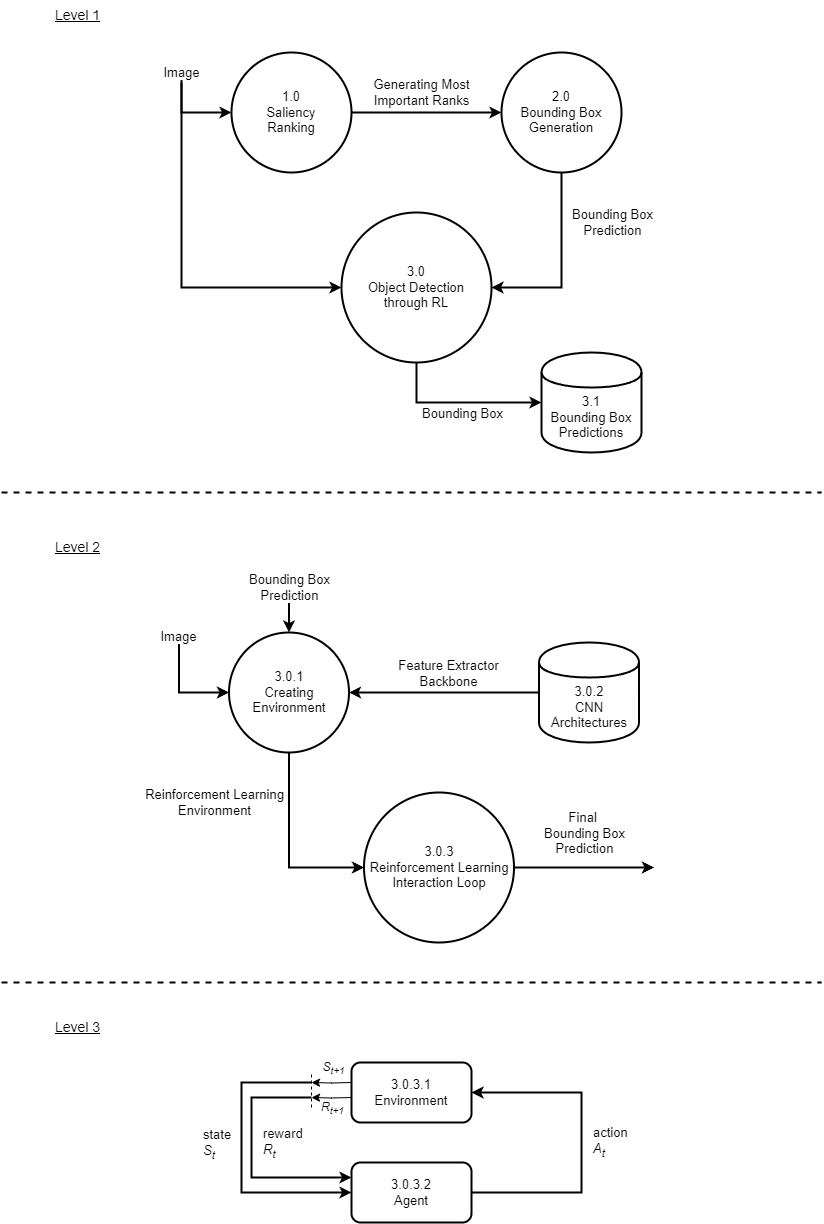
Above: Diagrams/DFD.png in mbar0075/SaRLVision (draw.io), before the change. Source tidied: cells renumbered, new cells last; positions are measured from the earlier drawing's top-left corner, leaving out a move shared by most shapes.
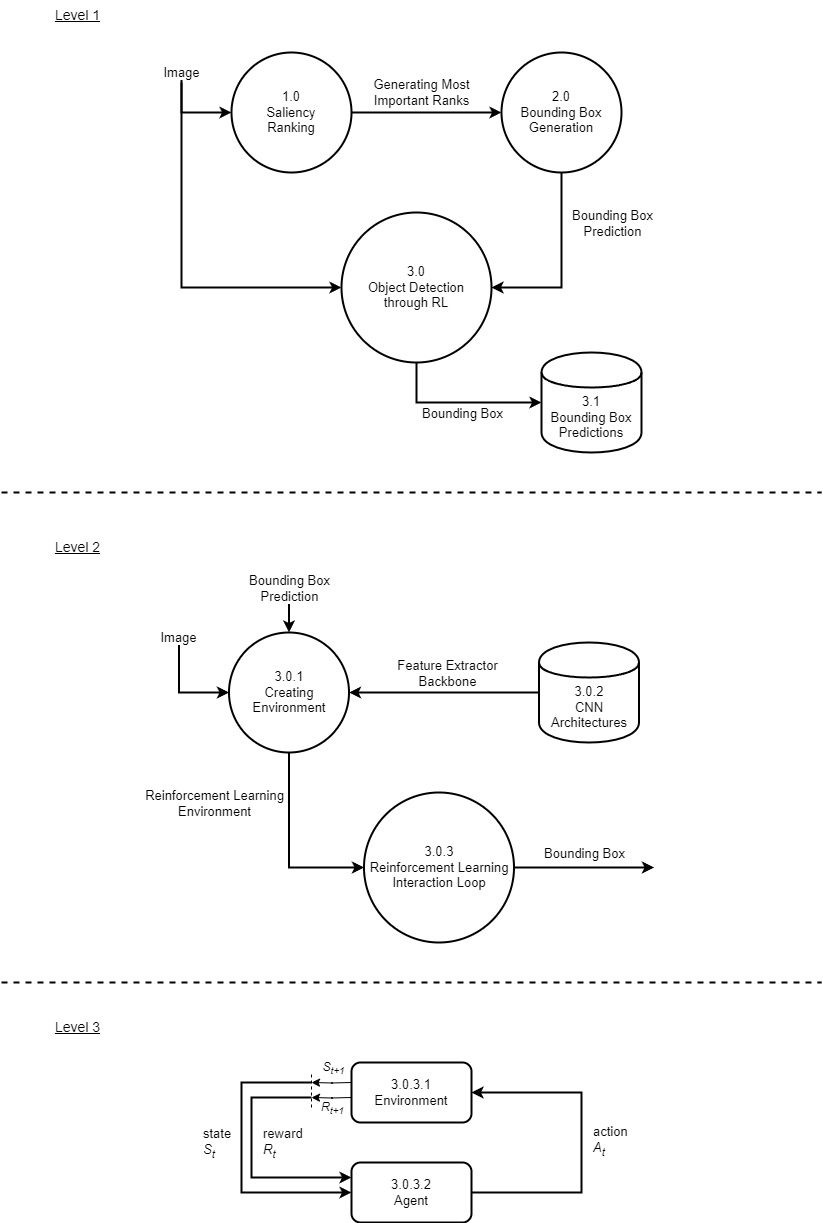
After the change.

Diff of the diagram source:
```diff
@@ -115,9 +115,9 @@
         <mxPoint x="652.5" y="867" as="targetPoint" />
       </mxGeometry>
     </mxCell>
-    <mxCell id="27" value="&lt;font style=&quot;font-size: 13px;&quot;&gt;Final&amp;nbsp; &lt;br&gt;Bounding Box &lt;br&gt;Prediction&lt;/font&gt;" style="edgeLabel;html=1;align=center;verticalAlign=middle;" parent="26" vertex="1">
+    <mxCell id="27" value="&lt;span style=&quot;font-size: 13px;&quot;&gt;Bounding Box&lt;/span&gt;" style="edgeLabel;html=1;align=center;verticalAlign=middle;" parent="26" vertex="1">
       <mxGeometry x="0.19" y="1" relative="1" as="geometry">
-        <mxPoint x="-13" y="-34" as="offset" />
+        <mxPoint x="-13" y="-14" as="offset" />
       </mxGeometry>
     </mxCell>
     <mxCell id="28" value="&lt;font style=&quot;font-size: 13px;&quot;&gt;3.0.3&lt;br&gt;Reinforcement Learning Interaction Loop&lt;br&gt;&lt;/font&gt;" style="shape=ellipse;html=1;dashed=0;whiteSpace=wrap;perimeter=ellipsePerimeter;strokeWidth=2;" parent="1" vertex="1">
```
